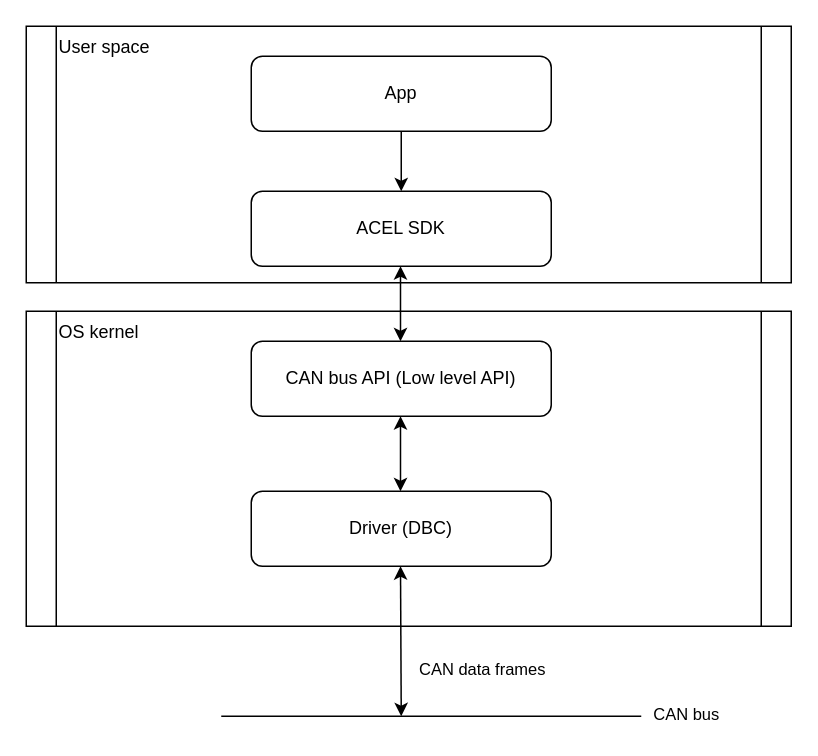
Above: page "Software layer" (2 of 6) of auto steering system design.drawio in Dawei-S/Da (draw.io), before the change. Source tidied: cells renumbered, new cells numbered last; positions are measured from the earlier drawing's top-left corner, leaving out a move shared by most shapes. Both pictures are drawn from the tidied source at 150%, with x=0, y=0 at pixel (26, 26).
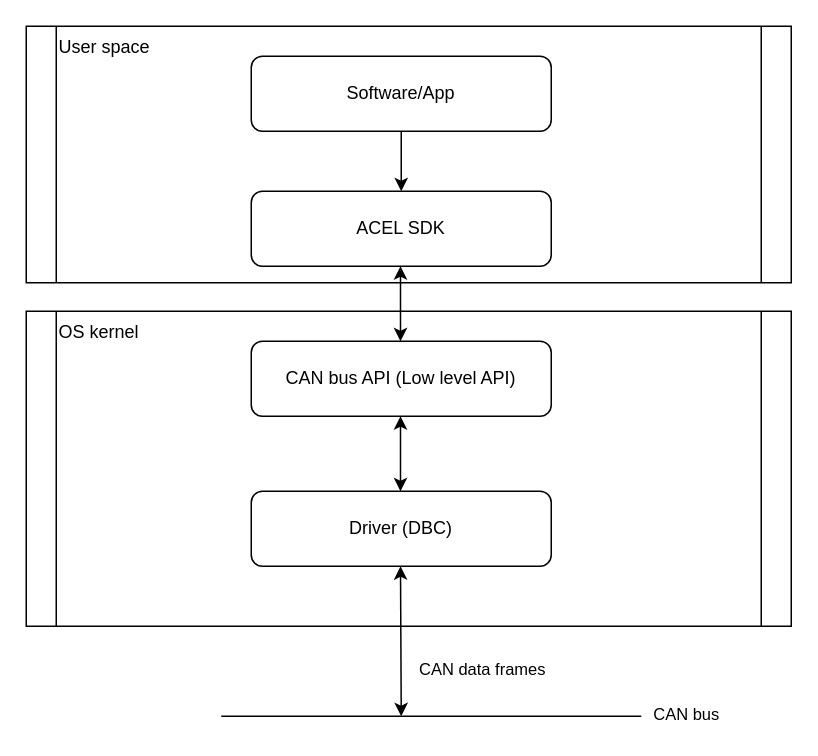
After the change.

The edit, as a diff of the source:
```diff
@@
-    <mxCell id="14" value="App" style="rounded=1;whiteSpace=wrap;html=1;fontColor=#000000;" parent="1" vertex="1">
+    <mxCell id="14" value="Software/App" style="rounded=1;whiteSpace=wrap;html=1;fontColor=#000000;" parent="1" vertex="1">
       <mxGeometry x="150" y="20" width="200" height="50" as="geometry" />
     </mxCell>
```
